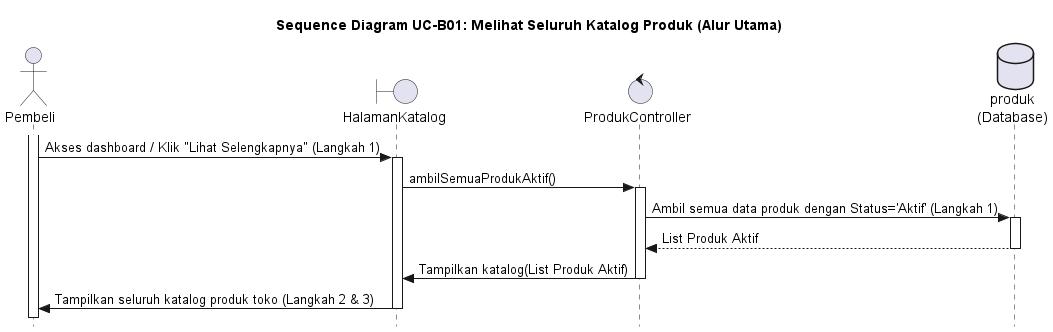
Before: out/UC-B01/SD-UC-B01_MelihatKatalog.png, a diagram exported from PlantUML (alfiahnurfa/RSI-PROYEK-AKHIR-SEQUENCE).
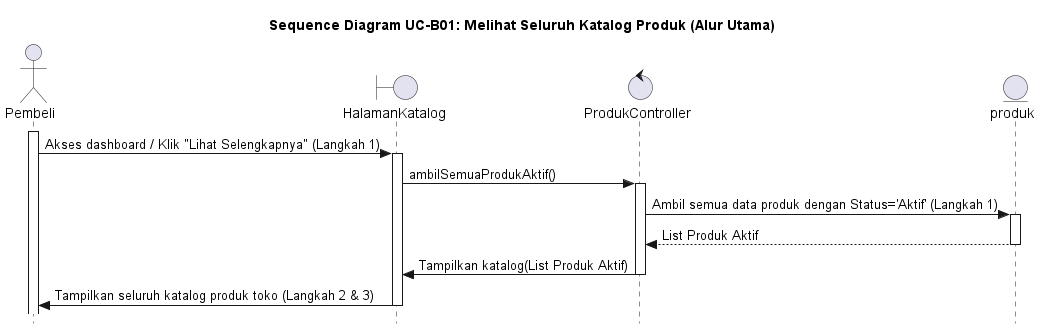
The same file after the commit.

What changed in the source:
```diff
@@ -5,8 +5,7 @@
 actor Pembeli
 boundary HalamanKatalog
 control ProdukController
-database produk as "produk\n(Database)"
-
+entity produk
 
 activate Pembeli
 Pembeli -> HalamanKatalog : Akses dashboard / Klik "Lihat Selengkapnya" (Langkah 1)
```
